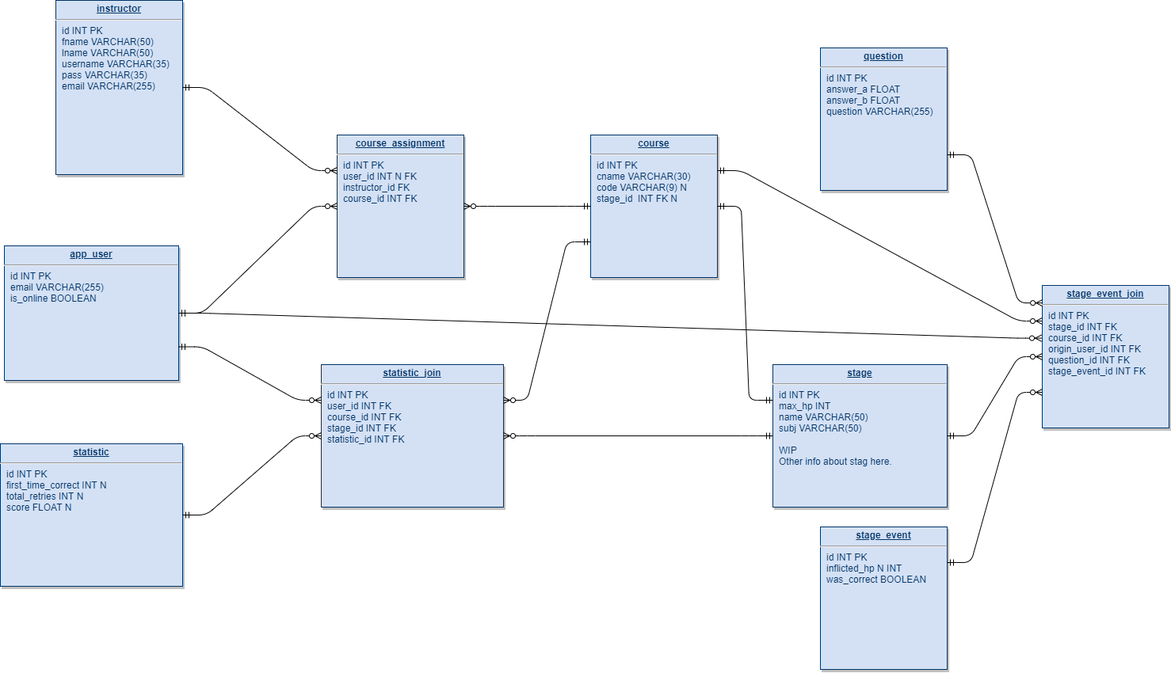
This is Documentation/JebraDB.drawio.png from mschray/Fall-2021-IPRO, a draw.io export, as it was before one commit. Source tidied: cells renumbered, new cells last; positions are measured from the earlier drawing's top-left corner, leaving out a move shared by most shapes.
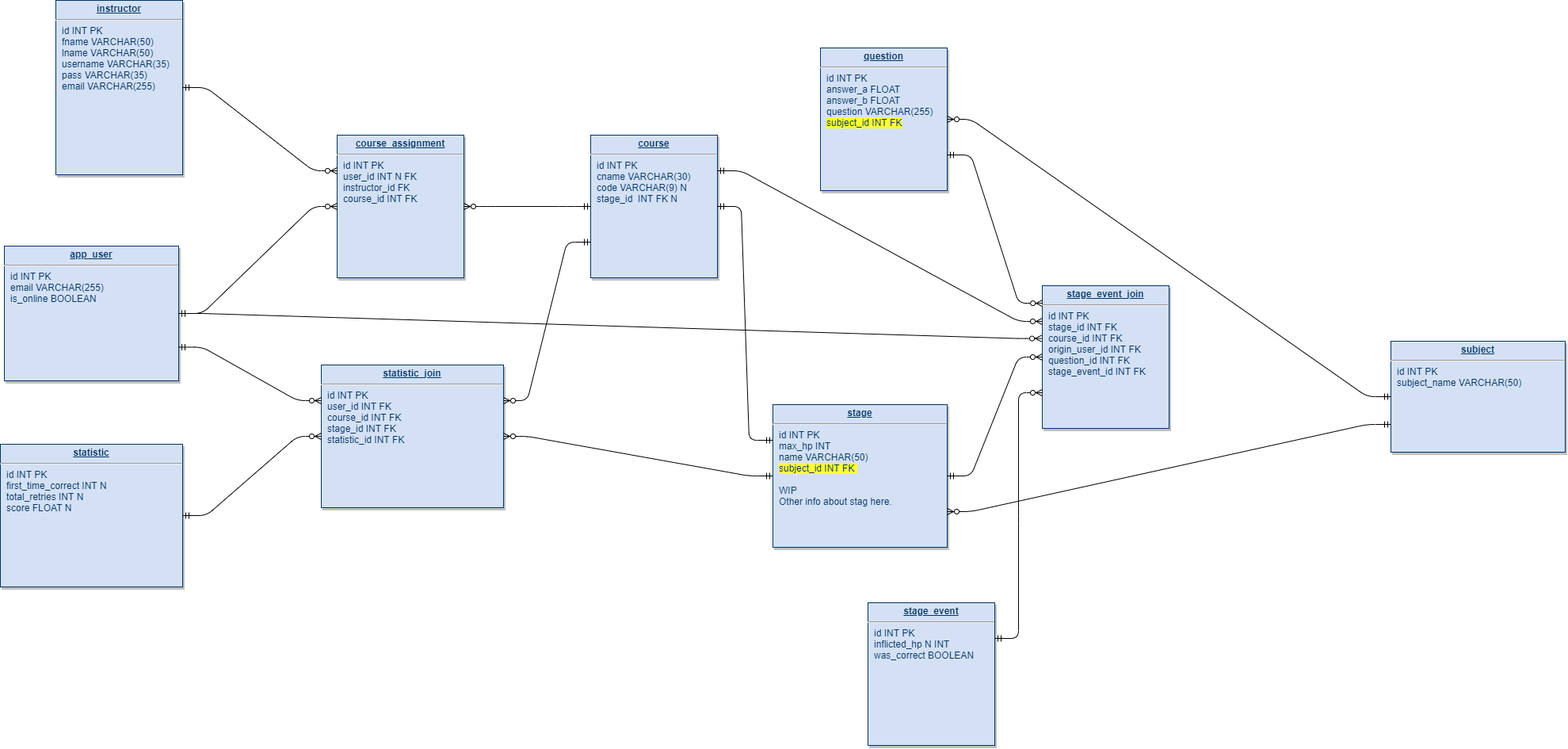
After the commit.

The edit, as a diff of the source:
```diff
@@ -2,7 +2,7 @@
   <root>
     <mxCell id="0" />
     <mxCell id="1" parent="0" />
-    <mxCell id="2" value="&lt;p style=&quot;margin: 0px ; margin-top: 4px ; text-align: center ; text-decoration: underline&quot;&gt;&lt;b&gt;question&lt;/b&gt;&lt;/p&gt;&lt;hr&gt;&lt;p style=&quot;margin: 0px ; margin-left: 8px&quot;&gt;id INT PK&lt;/p&gt;&lt;p style=&quot;margin: 0px ; margin-left: 8px&quot;&gt;answer_a FLOAT&lt;br&gt;&lt;/p&gt;&lt;p style=&quot;margin: 0px ; margin-left: 8px&quot;&gt;answer_b FLOAT&lt;/p&gt;&lt;p style=&quot;margin: 0px ; margin-left: 8px&quot;&gt;question VARCHAR(255)&lt;/p&gt;&lt;p style=&quot;margin: 0px ; margin-left: 8px&quot;&gt;&lt;br&gt;&lt;/p&gt;&lt;p style=&quot;margin: 0px ; margin-left: 8px&quot;&gt;&lt;br&gt;&lt;/p&gt;&lt;p style=&quot;margin: 0px ; margin-left: 8px&quot;&gt;&lt;br&gt;&lt;/p&gt;" style="verticalAlign=top;align=left;overflow=fill;fontSize=12;fontFamily=Helvetica;html=1;strokeColor=#003366;shadow=1;fillColor=#D4E1F5;fontColor=#003366;" parent="1" vertex="1">
+    <mxCell id="2" value="&lt;p style=&quot;margin: 0px ; margin-top: 4px ; text-align: center ; text-decoration: underline&quot;&gt;&lt;b&gt;question&lt;/b&gt;&lt;/p&gt;&lt;hr&gt;&lt;p style=&quot;margin: 0px ; margin-left: 8px&quot;&gt;id INT PK&lt;/p&gt;&lt;p style=&quot;margin: 0px ; margin-left: 8px&quot;&gt;answer_a FLOAT&lt;br&gt;&lt;/p&gt;&lt;p style=&quot;margin: 0px ; margin-left: 8px&quot;&gt;answer_b FLOAT&lt;/p&gt;&lt;p style=&quot;margin: 0px ; margin-left: 8px&quot;&gt;question VARCHAR(255)&lt;/p&gt;&lt;p style=&quot;margin: 0px ; margin-left: 8px&quot;&gt;&lt;span style=&quot;background-color: rgb(255 , 255 , 51)&quot;&gt;subject_id INT FK&lt;/span&gt;&lt;br&gt;&lt;/p&gt;&lt;p style=&quot;margin: 0px ; margin-left: 8px&quot;&gt;&lt;br&gt;&lt;/p&gt;&lt;p style=&quot;margin: 0px ; margin-left: 8px&quot;&gt;&lt;br&gt;&lt;/p&gt;&lt;p style=&quot;margin: 0px ; margin-left: 8px&quot;&gt;&lt;br&gt;&lt;/p&gt;&lt;p style=&quot;margin: 0px ; margin-left: 8px&quot;&gt;&lt;br&gt;&lt;/p&gt;" style="verticalAlign=top;align=left;overflow=fill;fontSize=12;fontFamily=Helvetica;html=1;strokeColor=#003366;shadow=1;fillColor=#D4E1F5;fontColor=#003366;" parent="1" vertex="1">
       <mxGeometry x="1035" y="60" width="160" height="180" as="geometry" />
     </mxCell>
     <mxCell id="3" value="&lt;p style=&quot;margin: 0px ; margin-top: 4px ; text-align: center ; text-decoration: underline&quot;&gt;&lt;b&gt;course&lt;/b&gt;&lt;/p&gt;&lt;hr&gt;&lt;p style=&quot;margin: 0px ; margin-left: 8px&quot;&gt;id INT PK&lt;/p&gt;&lt;p style=&quot;margin: 0px ; margin-left: 8px&quot;&gt;cname VARCHAR(30)&lt;/p&gt;&lt;p style=&quot;margin: 0px ; margin-left: 8px&quot;&gt;code VARCHAR(9) N&lt;/p&gt;&lt;p style=&quot;margin: 0px ; margin-left: 8px&quot;&gt;stage_id&amp;nbsp; INT FK N&lt;/p&gt;&lt;p style=&quot;margin: 0px ; margin-left: 8px&quot;&gt;&lt;br&gt;&lt;/p&gt;&lt;p style=&quot;margin: 0px ; margin-left: 8px&quot;&gt;&lt;span style=&quot;color: rgba(0 , 0 , 0 , 0) ; font-family: monospace ; font-size: 0px&quot;&gt;%3CmxGraphModel%3E%3Croot%3E%3CmxCell%20id%3D%220%22%2F%3E%3CmxCell%20id%3D%221%22%20parent%3D%220%22%2F%3E%3CmxCell%20id%3D%222%22%20value%3D%22%26lt%3Bp%20style%3D%26quot%3Bmargin%3A%200px%20%3B%20margin-top%3A%204px%20%3B%20text-align%3A%20center%20%3B%20text-decoration%3A%20underline%26quot%3B%26gt%3B%26lt%3Bb%26gt%3BSession%26lt%3B%2Fb%26gt%3B%26lt%3B%2Fp%26gt%3B%26lt%3Bhr%26gt%3B%26lt%3Bp%20style%3D%26quot%3Bmargin%3A%200px%20%3B%20margin-left%3A%208px%26quot%3B%26gt%3Bid%20INT%26lt%3B%2Fp%26gt%3B%26lt%3Bp%20style%3D%26quot%3Bmargin%3A%200px%20%3B%20margin-left%3A%208px%26quot%3B%26gt%3B%26lt%3Bbr%26gt%3B%26lt%3B%2Fp%26gt%3B%22%20style%3D%22verticalAlign%3Dtop%3Balign%3Dleft%3Boverflow%3Dfill%3BfontSize%3D12%3BfontFamily%3DHelvetica%3Bhtml%3D1%3BstrokeColor%3D%23003366%3Bshadow%3D1%3BfillColor%3D%23D4E1F5%3BfontColor%3D%23003366%22%20vertex%3D%221%22%20parent%3D%221%22%3E%3CmxGeometry%20x%3D%22332.9999999999999%22%20y%3D%22310.00000000000034%22%20width%3D%22160%22%20height%3D%22180%22%20as%3D%22geometry%22%2F%3E%3C%2FmxCell%3E%3C%2Froot%3E%3C%2FmxGraphModel%3E&lt;/span&gt;&lt;br&gt;&lt;/p&gt;&lt;p style=&quot;margin: 0px ; margin-left: 8px&quot;&gt;&lt;br&gt;&lt;/p&gt;" style="verticalAlign=top;align=left;overflow=fill;fontSize=12;fontFamily=Helvetica;html=1;strokeColor=#003366;shadow=1;fillColor=#D4E1F5;fontColor=#003366;" parent="1" vertex="1">
@@ -14,8 +14,8 @@
     <mxCell id="5" value="&lt;p style=&quot;margin: 0px ; margin-top: 4px ; text-align: center ; text-decoration: underline&quot;&gt;&lt;b&gt;instructor&lt;/b&gt;&lt;/p&gt;&lt;hr&gt;&lt;p style=&quot;margin: 0px ; margin-left: 8px&quot;&gt;id INT PK&lt;/p&gt;&lt;p style=&quot;margin: 0px 0px 0px 8px&quot;&gt;fname VARCHAR(50)&lt;/p&gt;&lt;p style=&quot;margin: 0px 0px 0px 8px&quot;&gt;lname VARCHAR(50)&lt;br&gt;&lt;/p&gt;&lt;p style=&quot;margin: 0px 0px 0px 8px&quot;&gt;username VARCHAR(35)&lt;/p&gt;&lt;p style=&quot;margin: 0px 0px 0px 8px&quot;&gt;pass VARCHAR(35)&lt;/p&gt;&lt;p style=&quot;margin: 0px ; margin-left: 8px&quot;&gt;&lt;span&gt;email VARCHAR(255)&lt;/span&gt;&lt;span style=&quot;color: rgba(0 , 0 , 0 , 0) ; font-family: monospace ; font-size: 0px&quot;&gt;%3CmxGraphModel%3E%3Croot%3E%3CmxCell%20id%3D%220%22%2F%3E%3CmxCell%20id%3D%221%22%20parent%3D%220%22%2F%3E%3CmxCell%20id%3D%222%22%20value%3D%22%26lt%3Bp%20style%3D%26quot%3Bmargin%3A%200px%20%3B%20margin-top%3A%204px%20%3B%20text-align%3A%20center%20%3B%20text-decoration%3A%20underline%26quot%3B%26gt%3B%26lt%3Bb%26gt%3BSession%26lt%3B%2Fb%26gt%3B%26lt%3B%2Fp%26gt%3B%26lt%3Bhr%26gt%3B%26lt%3Bp%20style%3D%26quot%3Bmargin%3A%200px%20%3B%20margin-left%3A%208px%26quot%3B%26gt%3Bid%20INT%26lt%3B%2Fp%26gt%3B%26lt%3Bp%20style%3D%26quot%3Bmargin%3A%200px%20%3B%20margin-left%3A%208px%26quot%3B%26gt%3B%26lt%3Bbr%26gt%3B%26lt%3B%2Fp%26gt%3B%22%20style%3D%22verticalAlign%3Dtop%3Balign%3Dleft%3Boverflow%3Dfill%3BfontSize%3D12%3BfontFamily%3DHelvetica%3Bhtml%3D1%3BstrokeColor%3D%23003366%3Bshadow%3D1%3BfillColor%3D%23D4E1F5%3BfontColor%3D%23003366%22%20vertex%3D%221%22%20parent%3D%221%22%3E%3CmxGeometry%20x%3D%22332.9999999999999%22%20y%3D%22310.00000000000034%22%20width%3D%22160%22%20height%3D%22180%22%20as%3D%22geometry%22%2F%3E%3C%2FmxCell%3E%3C%2Froot%3E%3C%2FmxGraphModel%3Ee&lt;/span&gt;&lt;/p&gt;" style="verticalAlign=top;align=left;overflow=fill;fontSize=12;fontFamily=Helvetica;html=1;strokeColor=#003366;shadow=1;fillColor=#D4E1F5;fontColor=#003366;" parent="1" vertex="1">
       <mxGeometry x="70" width="160" height="220" as="geometry" />
     </mxCell>
-    <mxCell id="6" value="&lt;p style=&quot;margin: 0px ; margin-top: 4px ; text-align: center ; text-decoration: underline&quot;&gt;&lt;b&gt;stage&lt;/b&gt;&lt;/p&gt;&lt;hr&gt;&lt;p style=&quot;margin: 0px ; margin-left: 8px&quot;&gt;id INT PK&lt;/p&gt;&lt;p style=&quot;margin: 0px ; margin-left: 8px&quot;&gt;max_hp INT&lt;/p&gt;&lt;p style=&quot;margin: 0px ; margin-left: 8px&quot;&gt;name VARCHAR(50)&lt;/p&gt;&lt;p style=&quot;margin: 0px ; margin-left: 8px&quot;&gt;subj VARCHAR(50)&lt;/p&gt;&lt;p style=&quot;margin: 0px ; margin-left: 8px&quot;&gt;&lt;br&gt;&lt;/p&gt;&lt;p style=&quot;margin: 0px ; margin-left: 8px&quot;&gt;WIP&lt;/p&gt;&lt;p style=&quot;margin: 0px ; margin-left: 8px&quot;&gt;Other info about stag here.&amp;nbsp;&lt;/p&gt;&lt;p style=&quot;margin: 0px ; margin-left: 8px&quot;&gt;&lt;br&gt;&lt;/p&gt;" style="verticalAlign=top;align=left;overflow=fill;fontSize=12;fontFamily=Helvetica;html=1;strokeColor=#003366;shadow=1;fillColor=#D4E1F5;fontColor=#003366;" parent="1" vertex="1">
-      <mxGeometry x="975" y="460" width="220" height="180" as="geometry" />
+    <mxCell id="6" value="&lt;p style=&quot;margin: 0px ; margin-top: 4px ; text-align: center ; text-decoration: underline&quot;&gt;&lt;b&gt;stage&lt;/b&gt;&lt;/p&gt;&lt;hr&gt;&lt;p style=&quot;margin: 0px ; margin-left: 8px&quot;&gt;id INT PK&lt;/p&gt;&lt;p style=&quot;margin: 0px ; margin-left: 8px&quot;&gt;max_hp INT&lt;/p&gt;&lt;p style=&quot;margin: 0px ; margin-left: 8px&quot;&gt;name VARCHAR(50)&lt;/p&gt;&lt;p style=&quot;margin: 0px ; margin-left: 8px&quot;&gt;&lt;span style=&quot;background-color: rgb(255 , 255 , 51)&quot;&gt;subject_id INT FK&amp;nbsp;&lt;/span&gt;&lt;/p&gt;&lt;p style=&quot;margin: 0px ; margin-left: 8px&quot;&gt;&lt;br&gt;&lt;/p&gt;&lt;p style=&quot;margin: 0px ; margin-left: 8px&quot;&gt;WIP&lt;/p&gt;&lt;p style=&quot;margin: 0px ; margin-left: 8px&quot;&gt;Other info about stag here.&amp;nbsp;&lt;/p&gt;&lt;p style=&quot;margin: 0px ; margin-left: 8px&quot;&gt;&lt;br&gt;&lt;/p&gt;" style="verticalAlign=top;align=left;overflow=fill;fontSize=12;fontFamily=Helvetica;html=1;strokeColor=#003366;shadow=1;fillColor=#D4E1F5;fontColor=#003366;" parent="1" vertex="1">
+      <mxGeometry x="975" y="510" width="220" height="180" as="geometry" />
     </mxCell>
     <mxCell id="7" value="&lt;p style=&quot;margin: 0px ; margin-top: 4px ; text-align: center ; text-decoration: underline&quot;&gt;&lt;b&gt;course_assignment&lt;/b&gt;&lt;/p&gt;&lt;hr&gt;&lt;p style=&quot;margin: 0px ; margin-left: 8px&quot;&gt;id INT PK&lt;/p&gt;&lt;p style=&quot;margin: 0px ; margin-left: 8px&quot;&gt;user_id INT N FK&amp;nbsp;&lt;/p&gt;&lt;p style=&quot;margin: 0px ; margin-left: 8px&quot;&gt;instructor_id FK&lt;/p&gt;&lt;p style=&quot;margin: 0px ; margin-left: 8px&quot;&gt;course_id INT FK&lt;/p&gt;&lt;p style=&quot;margin: 0px ; margin-left: 8px&quot;&gt;&lt;span style=&quot;color: rgba(0 , 0 , 0 , 0) ; font-family: monospace ; font-size: 0px&quot;&gt;%3CmxGraphModel%3E%3Croot%3E%3CmxCell%20id%3D%220%22%2F%3E%3CmxCell%20id%3D%221%22%20parent%3D%220%22%2F%3E%3CmxCell%20id%3D%222%22%20value%3D%22%26lt%3Bp%20style%3D%26quot%3Bmargin%3A%200px%20%3B%20margin-top%3A%204px%20%3B%20text-align%3A%20center%20%3B%20text-decoration%3A%20underline%26quot%3B%26gt%3B%26lt%3Bb%26gt%3BSession%26lt%3B%2Fb%26gt%3B%26lt%3B%2Fp%26gt%3B%26lt%3Bhr%26gt%3B%26lt%3Bp%20style%3D%26quot%3Bmargin%3A%200px%20%3B%20margin-left%3A%208px%26quot%3B%26gt%3Bid%20INT%26lt%3B%2Fp%26gt%3B%26lt%3Bp%20style%3D%26quot%3Bmargin%3A%200px%20%3B%20margin-left%3A%208px%26quot%3B%26gt%3B%26lt%3Bbr%26gt%3B%26lt%3B%2Fp%26gt%3B%22%20style%3D%22verticalAlign%3Dtop%3Balign%3Dleft%3Boverflow%3Dfill%3BfontSize%3D12%3BfontFamily%3DHelvetica%3Bhtml%3D1%3BstrokeColor%3D%23003366%3Bshadow%3D1%3BfillColor%3D%23D4E1F5%3BfontColor%3D%23003366%22%20vertex%3D%221%22%20parent%3D%221%22%3E%3CmxGeometry%20x%3D%22332.9999999999999%22%20y%3D%22310.00000000000034%22%20width%3D%22160%22%20height%3D%22180%22%20as%3D%22geometry%22%2F%3E%3C%2FmxCell%3E%3C%2Froot%3E%3C%2FmxGraphModel%3E&lt;/span&gt;&lt;br&gt;&lt;/p&gt;&lt;p style=&quot;margin: 0px ; margin-left: 8px&quot;&gt;&lt;br&gt;&lt;/p&gt;" style="verticalAlign=top;align=left;overflow=fill;fontSize=12;fontFamily=Helvetica;html=1;strokeColor=#003366;shadow=1;fillColor=#D4E1F5;fontColor=#003366;" parent="1" vertex="1">
       <mxGeometry x="425" y="170" width="160" height="180" as="geometry" />
@@ -54,7 +54,7 @@
       <mxGeometry relative="1" as="geometry" />
     </mxCell>
     <mxCell id="19" value="&lt;p style=&quot;margin: 0px ; margin-top: 4px ; text-align: center ; text-decoration: underline&quot;&gt;&lt;b&gt;stage_event&lt;/b&gt;&lt;/p&gt;&lt;hr&gt;&lt;p style=&quot;margin: 0px ; margin-left: 8px&quot;&gt;id INT PK&lt;/p&gt;&lt;p style=&quot;margin: 0px ; margin-left: 8px&quot;&gt;inflicted_hp N INT&lt;/p&gt;&lt;p style=&quot;margin: 0px ; margin-left: 8px&quot;&gt;was_correct BOOLEAN&lt;/p&gt;&lt;p style=&quot;margin: 0px ; margin-left: 8px&quot;&gt;&lt;br&gt;&lt;/p&gt;&lt;p style=&quot;margin: 0px ; margin-left: 8px&quot;&gt;&lt;br&gt;&lt;/p&gt;&lt;p style=&quot;margin: 0px ; margin-left: 8px&quot;&gt;&lt;br&gt;&lt;/p&gt;" style="verticalAlign=top;align=left;overflow=fill;fontSize=12;fontFamily=Helvetica;html=1;strokeColor=#003366;shadow=1;fillColor=#D4E1F5;fontColor=#003366;" parent="1" vertex="1">
-      <mxGeometry x="1035" y="665" width="160" height="180" as="geometry" />
+      <mxGeometry x="1095" y="760" width="160" height="180" as="geometry" />
     </mxCell>
     <mxCell id="20" style="edgeStyle=entityRelationEdgeStyle;fontSize=12;html=1;endArrow=ERzeroToMany;startArrow=ERmandOne;exitX=1;exitY=0.25;exitDx=0;exitDy=0;entryX=0;entryY=0.75;entryDx=0;entryDy=0;" parent="1" edge="1" source="19" target="12">
       <mxGeometry relative="1" as="geometry" />
@@ -71,5 +71,14 @@
     <mxCell id="24" style="edgeStyle=entityRelationEdgeStyle;fontSize=12;html=1;endArrow=ERzeroToMany;startArrow=ERmandOne;exitX=1;exitY=0.25;exitDx=0;exitDy=0;entryX=0;entryY=0.25;entryDx=0;entryDy=0;fontStyle=1;" parent="1" edge="1" source="3" target="12">
       <mxGeometry relative="1" as="geometry" />
     </mxCell>
+    <mxCell id="25" value="&lt;p style=&quot;margin: 0px ; margin-top: 4px ; text-align: center ; text-decoration: underline&quot;&gt;&lt;b&gt;subject&lt;/b&gt;&lt;/p&gt;&lt;hr&gt;&lt;p style=&quot;margin: 0px ; margin-left: 8px&quot;&gt;id INT PK&lt;br&gt;&lt;/p&gt;&lt;p style=&quot;margin: 0px ; margin-left: 8px&quot;&gt;subject_name VARCHAR(50)&lt;/p&gt;" style="verticalAlign=top;align=left;overflow=fill;fontSize=12;fontFamily=Helvetica;html=1;strokeColor=#003366;shadow=1;fillColor=#D4E1F5;fontColor=#003366;" parent="1" vertex="1">
+      <mxGeometry x="1755" y="430" width="220" height="140" as="geometry" />
+    </mxCell>
+    <mxCell id="26" style="edgeStyle=entityRelationEdgeStyle;fontSize=12;html=1;endArrow=ERzeroToMany;startArrow=ERmandOne;entryX=1;entryY=0.5;entryDx=0;entryDy=0;fontStyle=1;" parent="1" edge="1" source="25" target="2">
+      <mxGeometry relative="1" as="geometry" />
+    </mxCell>
+    <mxCell id="27" style="edgeStyle=entityRelationEdgeStyle;fontSize=12;html=1;endArrow=ERzeroToMany;startArrow=ERmandOne;entryX=1;entryY=0.75;entryDx=0;entryDy=0;fontStyle=1;exitX=0;exitY=0.75;exitDx=0;exitDy=0;" parent="1" edge="1" source="25" target="6">
+      <mxGeometry relative="1" as="geometry" />
+    </mxCell>
   </root>
 </mxGraphModel>
```
